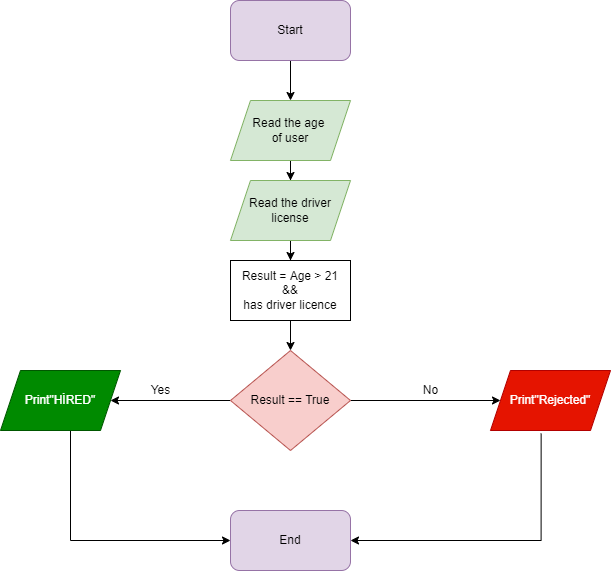
Earlier version of the draw.io export Problem4_HireDriverCase1.drawio.png (Mouhamed941/Algorithms-and-problem-solving-Level1). Source tidied: cells renumbered, new cells last; positions are measured from the earlier drawing's top-left corner, leaving out a move shared by most shapes. The source it was exported from:
```xml
<mxGraphModel>
  <root>
    <mxCell id="0" />
    <mxCell id="1" parent="0" />
    <mxCell id="2" style="edgeStyle=orthogonalEdgeStyle;rounded=0;jettySize=auto;html=1;" parent="1" edge="1" source="3" target="5">
      <mxGeometry relative="1" as="geometry" />
    </mxCell>
    <mxCell id="3" value="Start" style="rounded=1;whiteSpace=wrap;html=1;fillColor=#e1d5e7;strokeColor=#9673a6;" parent="1" vertex="1">
      <mxGeometry x="230" width="120" height="60" as="geometry" />
    </mxCell>
    <mxCell id="4" style="edgeStyle=orthogonalEdgeStyle;rounded=0;jettySize=auto;html=1;" parent="1" edge="1" source="5" target="7">
      <mxGeometry relative="1" as="geometry" />
    </mxCell>
    <mxCell id="5" value="Read the age&amp;nbsp;&lt;br&gt;of user" style="shape=parallelogram;perimeter=parallelogramPerimeter;whiteSpace=wrap;html=1;fixedSize=1;fillColor=#d5e8d4;strokeColor=#82b366;" parent="1" vertex="1">
      <mxGeometry x="230" y="100" width="120" height="60" as="geometry" />
    </mxCell>
    <mxCell id="6" style="edgeStyle=orthogonalEdgeStyle;rounded=0;jettySize=auto;html=1;" parent="1" edge="1" source="7" target="19">
      <mxGeometry relative="1" as="geometry" />
    </mxCell>
    <mxCell id="7" value="Read the driver&lt;br&gt;license" style="shape=parallelogram;perimeter=parallelogramPerimeter;whiteSpace=wrap;html=1;fixedSize=1;fillColor=#d5e8d4;strokeColor=#82b366;" parent="1" vertex="1">
      <mxGeometry x="230" y="180" width="120" height="60" as="geometry" />
    </mxCell>
    <mxCell id="8" style="edgeStyle=orthogonalEdgeStyle;rounded=0;jettySize=auto;html=1;" parent="1" edge="1" source="10" target="12">
      <mxGeometry relative="1" as="geometry" />
    </mxCell>
    <mxCell id="9" style="edgeStyle=orthogonalEdgeStyle;rounded=0;jettySize=auto;html=1;" parent="1" edge="1" source="10" target="13">
      <mxGeometry relative="1" as="geometry" />
    </mxCell>
    <mxCell id="10" value="Result == True" style="rhombus;whiteSpace=wrap;html=1;fillColor=#f8cecc;strokeColor=#b85450;" parent="1" vertex="1">
      <mxGeometry x="230" y="350" width="120" height="100" as="geometry" />
    </mxCell>
    <mxCell id="11" style="edgeStyle=orthogonalEdgeStyle;rounded=0;jettySize=auto;html=1;" parent="1" edge="1" source="12" target="16">
      <mxGeometry relative="1" as="geometry">
        <Array as="points">
          <mxPoint x="70" y="540" />
        </Array>
      </mxGeometry>
    </mxCell>
    <mxCell id="12" value="Print&quot;HİRED&quot;" style="shape=parallelogram;perimeter=parallelogramPerimeter;whiteSpace=wrap;html=1;fixedSize=1;fillColor=#008a00;fontColor=#ffffff;strokeColor=#005700;" parent="1" vertex="1">
      <mxGeometry y="370" width="120" height="60" as="geometry" />
    </mxCell>
    <mxCell id="13" value="Print&quot;Rejected&quot;" style="shape=parallelogram;perimeter=parallelogramPerimeter;whiteSpace=wrap;html=1;fixedSize=1;fillColor=#e51400;fontColor=#ffffff;strokeColor=#B20000;" parent="1" vertex="1">
      <mxGeometry x="490" y="370" width="120" height="60" as="geometry" />
    </mxCell>
    <mxCell id="14" value="Yes" style="text;html=1;align=center;verticalAlign=middle;strokeColor=none;fillColor=none;" parent="1" vertex="1">
      <mxGeometry x="140" y="375" width="40" height="30" as="geometry" />
    </mxCell>
    <mxCell id="15" value="No" style="text;html=1;align=center;verticalAlign=middle;strokeColor=none;fillColor=none;" parent="1" vertex="1">
      <mxGeometry x="410" y="375" width="40" height="30" as="geometry" />
    </mxCell>
    <mxCell id="16" value="End" style="rounded=1;whiteSpace=wrap;html=1;fillColor=#e1d5e7;strokeColor=#9673a6;" parent="1" vertex="1">
      <mxGeometry x="230" y="510" width="120" height="60" as="geometry" />
    </mxCell>
    <mxCell id="17" style="edgeStyle=orthogonalEdgeStyle;rounded=0;jettySize=auto;html=1;entryX=1;entryY=0.5;entryDx=0;entryDy=0;exitX=0.422;exitY=1.052;exitDx=0;exitDy=0;exitPerimeter=0;" parent="1" edge="1" source="13" target="16">
      <mxGeometry relative="1" as="geometry">
        <Array as="points">
          <mxPoint x="541" y="540" />
        </Array>
      </mxGeometry>
    </mxCell>
    <mxCell id="18" style="edgeStyle=orthogonalEdgeStyle;rounded=0;jettySize=auto;html=1;" parent="1" edge="1" source="19" target="10">
      <mxGeometry relative="1" as="geometry" />
    </mxCell>
    <mxCell id="19" value="Result = Age &amp;gt; 21&lt;br&gt;&amp;amp;&amp;amp;&lt;br&gt;has driver licence" style="rounded=0;whiteSpace=wrap;html=1;" parent="1" vertex="1">
      <mxGeometry x="230" y="260" width="120" height="60" as="geometry" />
    </mxCell>
  </root>
</mxGraphModel>
```
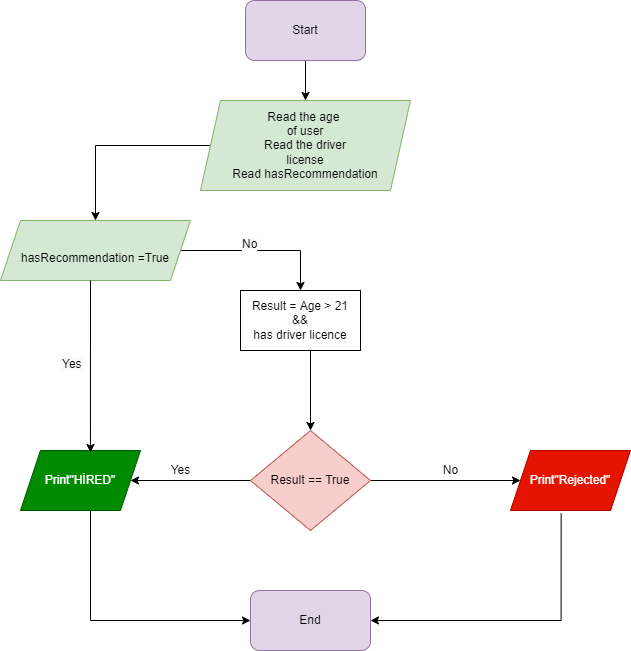
Later version of the same file.

The edit, as a diff of the source:
```diff
@@ -6,22 +6,24 @@
       <mxGeometry relative="1" as="geometry" />
     </mxCell>
     <mxCell id="3" value="Start" style="rounded=1;whiteSpace=wrap;html=1;fillColor=#e1d5e7;strokeColor=#9673a6;" parent="1" vertex="1">
-      <mxGeometry x="230" width="120" height="60" as="geometry" />
+      <mxGeometry x="225" y="-80" width="120" height="60" as="geometry" />
     </mxCell>
     <mxCell id="4" style="edgeStyle=orthogonalEdgeStyle;rounded=0;jettySize=auto;html=1;" parent="1" edge="1" source="5" target="7">
       <mxGeometry relative="1" as="geometry" />
     </mxCell>
-    <mxCell id="5" value="Read the age&amp;nbsp;&lt;br&gt;of user" style="shape=parallelogram;perimeter=parallelogramPerimeter;whiteSpace=wrap;html=1;fixedSize=1;fillColor=#d5e8d4;strokeColor=#82b366;" parent="1" vertex="1">
-      <mxGeometry x="230" y="100" width="120" height="60" as="geometry" />
+    <mxCell id="5" value="Read the age&amp;nbsp;&lt;br&gt;of user&lt;br&gt;Read the driver&lt;br&gt;license&lt;br&gt;Read hasRecommendation&lt;br&gt;" style="shape=parallelogram;perimeter=parallelogramPerimeter;whiteSpace=wrap;html=1;fixedSize=1;fillColor=#d5e8d4;strokeColor=#82b366;" parent="1" vertex="1">
+      <mxGeometry x="180" y="20" width="210" height="90" as="geometry" />
     </mxCell>
     <mxCell id="6" style="edgeStyle=orthogonalEdgeStyle;rounded=0;jettySize=auto;html=1;" parent="1" edge="1" source="7" target="19">
       <mxGeometry relative="1" as="geometry" />
     </mxCell>
-    <mxCell id="7" value="Read the driver&lt;br&gt;license" style="shape=parallelogram;perimeter=parallelogramPerimeter;whiteSpace=wrap;html=1;fixedSize=1;fillColor=#d5e8d4;strokeColor=#82b366;" parent="1" vertex="1">
-      <mxGeometry x="230" y="180" width="120" height="60" as="geometry" />
+    <mxCell id="7" value="&lt;br&gt;hasRecommendation =True" style="shape=parallelogram;perimeter=parallelogramPerimeter;whiteSpace=wrap;html=1;fixedSize=1;fillColor=#d5e8d4;strokeColor=#82b366;" parent="1" vertex="1">
+      <mxGeometry x="-20" y="140" width="190" height="60" as="geometry" />
     </mxCell>
-    <mxCell id="8" style="edgeStyle=orthogonalEdgeStyle;rounded=0;jettySize=auto;html=1;" parent="1" edge="1" source="10" target="12">
-      <mxGeometry relative="1" as="geometry" />
+    <mxCell id="8" style="edgeStyle=orthogonalEdgeStyle;rounded=0;jettySize=auto;html=1;" parent="1" edge="1" source="10">
+      <mxGeometry relative="1" as="geometry">
+        <mxPoint x="110" y="400" as="targetPoint" />
+      </mxGeometry>
     </mxCell>
     <mxCell id="9" style="edgeStyle=orthogonalEdgeStyle;rounded=0;jettySize=auto;html=1;" parent="1" edge="1" source="10" target="13">
       <mxGeometry relative="1" as="geometry" />
@@ -29,8 +31,9 @@
     <mxCell id="10" value="Result == True" style="rhombus;whiteSpace=wrap;html=1;fillColor=#f8cecc;strokeColor=#b85450;" parent="1" vertex="1">
       <mxGeometry x="230" y="350" width="120" height="100" as="geometry" />
     </mxCell>
-    <mxCell id="11" style="edgeStyle=orthogonalEdgeStyle;rounded=0;jettySize=auto;html=1;" parent="1" edge="1" source="12" target="16">
+    <mxCell id="11" style="edgeStyle=orthogonalEdgeStyle;rounded=0;jettySize=auto;html=1;" parent="1" edge="1" target="16">
       <mxGeometry relative="1" as="geometry">
+        <mxPoint x="70" y="430" as="sourcePoint" />
         <Array as="points">
           <mxPoint x="70" y="540" />
         </Array>
@@ -58,11 +61,26 @@
         </Array>
       </mxGeometry>
     </mxCell>
-    <mxCell id="18" style="edgeStyle=orthogonalEdgeStyle;rounded=0;jettySize=auto;html=1;" parent="1" edge="1" source="19" target="10">
-      <mxGeometry relative="1" as="geometry" />
+    <mxCell id="18" style="edgeStyle=orthogonalEdgeStyle;rounded=0;jettySize=auto;html=1;exitX=0.617;exitY=0.983;exitDx=0;exitDy=0;exitPerimeter=0;" parent="1" edge="1" source="19" target="10">
+      <mxGeometry relative="1" as="geometry">
+        <Array as="points">
+          <mxPoint x="290" y="269" />
+        </Array>
+      </mxGeometry>
     </mxCell>
     <mxCell id="19" value="Result = Age &amp;gt; 21&lt;br&gt;&amp;amp;&amp;amp;&lt;br&gt;has driver licence" style="rounded=0;whiteSpace=wrap;html=1;" parent="1" vertex="1">
-      <mxGeometry x="230" y="260" width="120" height="60" as="geometry" />
+      <mxGeometry x="220" y="210" width="120" height="60" as="geometry" />
     </mxCell>
+    <mxCell id="20" style="edgeStyle=orthogonalEdgeStyle;rounded=0;jettySize=auto;html=1;entryX=0.583;entryY=0.033;entryDx=0;entryDy=0;entryPerimeter=0;" parent="1" edge="1" target="12">
+      <mxGeometry relative="1" as="geometry">
+        <mxPoint x="70" y="200" as="sourcePoint" />
+      </mxGeometry>
+    </mxCell>
+    <mxCell id="21" value="&lt;span style=&quot;color: rgb(0, 0, 0); font-family: Helvetica; font-size: 12px; font-style: normal; font-variant-ligatures: normal; font-variant-caps: normal; font-weight: 400; letter-spacing: normal; orphans: 2; text-align: center; text-indent: 0px; text-transform: none; widows: 2; word-spacing: 0px; -webkit-text-stroke-width: 0px; background-color: rgb(248, 249, 250); text-decoration-thickness: initial; text-decoration-style: initial; text-decoration-color: initial; float: none; display: inline !important;&quot;&gt;Yes&lt;/span&gt;" style="text;whiteSpace=wrap;html=1;" parent="1" vertex="1">
+      <mxGeometry x="40" y="270" width="50" height="40" as="geometry" />
+    </mxCell>
+    <mxCell id="22" value="&lt;span style=&quot;color: rgb(0, 0, 0); font-family: Helvetica; font-size: 12px; font-style: normal; font-variant-ligatures: normal; font-variant-caps: normal; font-weight: 400; letter-spacing: normal; orphans: 2; text-align: center; text-indent: 0px; text-transform: none; widows: 2; word-spacing: 0px; -webkit-text-stroke-width: 0px; background-color: rgb(248, 249, 250); text-decoration-thickness: initial; text-decoration-style: initial; text-decoration-color: initial; float: none; display: inline !important;&quot;&gt;No&lt;/span&gt;" style="text;whiteSpace=wrap;html=1;" parent="1" vertex="1">
+      <mxGeometry x="220" y="150" width="50" height="40" as="geometry" />
+    </mxCell>
   </root>
 </mxGraphModel>
```
